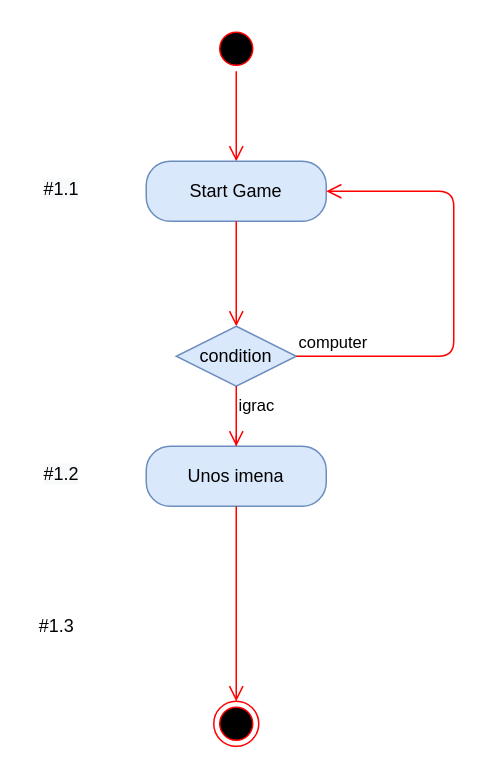
Earlier version of the draw.io diagram page "Activity: Start igre" (3 of 6) of dijagram.drawio (andjelapehar/Covjece-ne-ljuti-se). Source tidied: cells renumbered, new cells numbered last; positions are measured from the earlier drawing's top-left corner, leaving out a move shared by most shapes. Both pictures are drawn from the tidied source at 150%, with x=0, y=0 at pixel (26, 26).
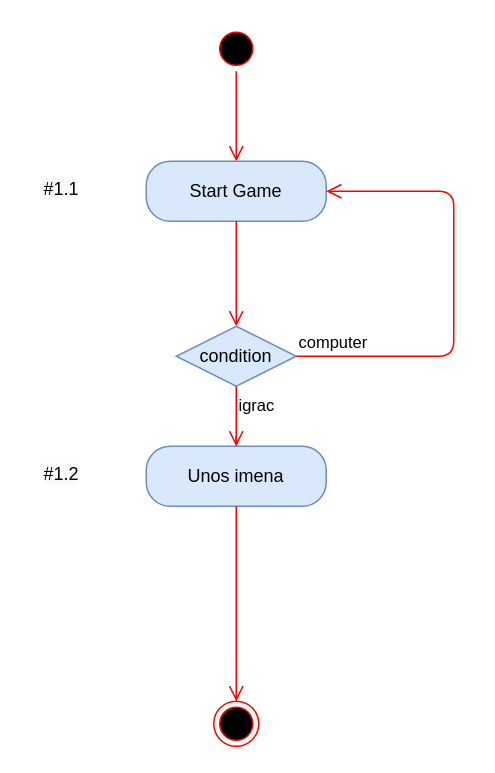
The same diagram, later.

Change to the diagram source:
```diff
@@
-    <mxCell id="15" value="#1.3" style="text;html=1;align=center;verticalAlign=middle;" parent="1" vertex="1">
-      <mxGeometry y="390" width="40" height="20" as="geometry" />
-    </mxCell>
```
